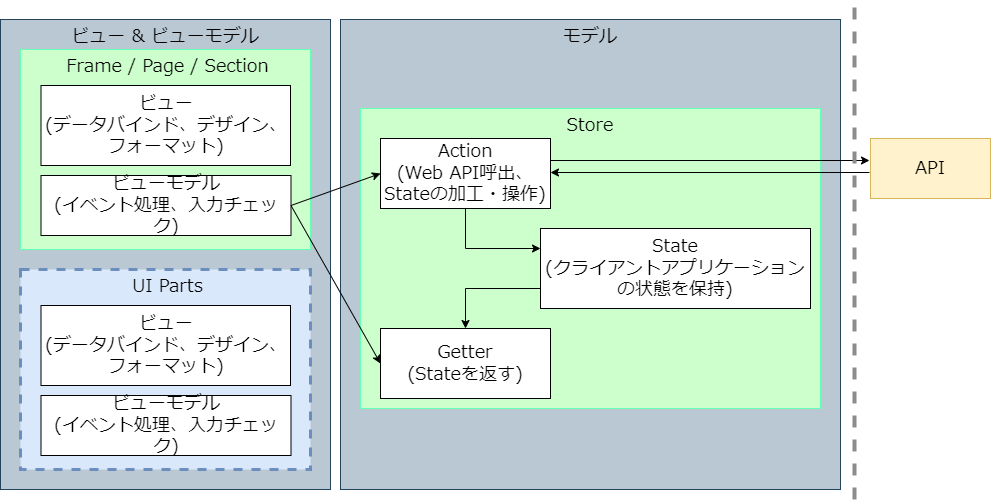
Above: documents/contents/images/app-architecture/client-side-rendering/mvvm-pattern.png in AlesInfiny/maris (draw.io), before the change. Source tidied: cells renumbered, new cells last; positions are measured from the earlier drawing's top-left corner, leaving out a move shared by most shapes. Source of this version:
```xml
<mxGraphModel>
  <root>
    <mxCell id="0" />
    <mxCell id="1" parent="0" />
    <mxCell id="2" value="ビュー &amp;amp; ビューモデル" style="rounded=0;whiteSpace=wrap;html=1;verticalAlign=top;fillColor=#bac8d3;strokeColor=#23445d;fontColor=#000000;fontSize=18;fontFamily=Noto Sans JP;fontSource=https%3A%2F%2Ffonts.googleapis.com%2Fcss%3Ffamily%3DNoto%2BSans%2BJP;" parent="1" vertex="1">
      <mxGeometry y="17" width="330" height="470" as="geometry" />
    </mxCell>
    <mxCell id="3" value="モデル" style="rounded=0;whiteSpace=wrap;html=1;verticalAlign=top;fillColor=#bac8d3;strokeColor=#23445d;fontColor=#000000;fontSize=18;fontFamily=Noto Sans JP;fontSource=https%3A%2F%2Ffonts.googleapis.com%2Fcss%3Ffamily%3DNoto%2BSans%2BJP;" parent="1" vertex="1">
      <mxGeometry x="340" y="17" width="500" height="470" as="geometry" />
    </mxCell>
    <mxCell id="4" value="Frame / Page / Section" style="rounded=0;whiteSpace=wrap;html=1;align=center;spacingLeft=5;fillColor=#CCFFCC;fontColor=#000000;strokeColor=#66FFB3;verticalAlign=top;fontSize=18;fontFamily=Noto Sans JP;fontSource=https%3A%2F%2Ffonts.googleapis.com%2Fcss%3Ffamily%3DNoto%2BSans%2BJP;" parent="1" vertex="1">
      <mxGeometry x="20" y="47" width="290" height="200" as="geometry" />
    </mxCell>
    <mxCell id="5" value="Store" style="rounded=0;whiteSpace=wrap;html=1;fontSize=18;verticalAlign=top;fillColor=#CCFFCC;strokeColor=#66FFB3;gradientColor=none;fontColor=#000000;fontFamily=Noto Sans JP;fontSource=https%3A%2F%2Ffonts.googleapis.com%2Fcss%3Ffamily%3DNoto%2BSans%2BJP;" parent="1" vertex="1">
      <mxGeometry x="360" y="106" width="460" height="300" as="geometry" />
    </mxCell>
    <mxCell id="6" value="ビュー&lt;br style=&quot;font-size: 18px&quot;&gt;(データバインド、デザイン、&lt;br&gt;フォーマット)" style="rounded=0;whiteSpace=wrap;html=1;fontSize=18;fontFamily=Noto Sans JP;fontSource=https%3A%2F%2Ffonts.googleapis.com%2Fcss%3Ffamily%3DNoto%2BSans%2BJP;" parent="1" vertex="1">
      <mxGeometry x="40.5" y="83" width="249.5" height="80" as="geometry" />
    </mxCell>
    <mxCell id="7" value="ビューモデル&lt;br style=&quot;font-size: 18px;&quot;&gt;(イベント処理、入力チェック)" style="rounded=0;whiteSpace=wrap;html=1;fontSize=18;fontFamily=Noto Sans JP;fontSource=https%3A%2F%2Ffonts.googleapis.com%2Fcss%3Ffamily%3DNoto%2BSans%2BJP;" parent="1" vertex="1">
      <mxGeometry x="40.5" y="173" width="250" height="60" as="geometry" />
    </mxCell>
    <mxCell id="8" value="Action&lt;br style=&quot;font-size: 18px;&quot;&gt;(Web API呼出、&lt;br style=&quot;font-size: 18px;&quot;&gt;Stateの加工・操作)" style="rounded=0;whiteSpace=wrap;html=1;fontSize=18;fontFamily=Noto Sans JP;fontSource=https%3A%2F%2Ffonts.googleapis.com%2Fcss%3Ffamily%3DNoto%2BSans%2BJP;" parent="1" vertex="1">
      <mxGeometry x="380" y="136" width="170" height="70" as="geometry" />
    </mxCell>
    <mxCell id="9" value="Getter&lt;br style=&quot;font-size: 18px;&quot;&gt;(Stateを返す)" style="rounded=0;whiteSpace=wrap;html=1;fontSize=18;fontFamily=Noto Sans JP;fontSource=https%3A%2F%2Ffonts.googleapis.com%2Fcss%3Ffamily%3DNoto%2BSans%2BJP;" parent="1" vertex="1">
      <mxGeometry x="380" y="326" width="170" height="70" as="geometry" />
    </mxCell>
    <mxCell id="10" value="State&lt;br style=&quot;font-size: 18px;&quot;&gt;(クライアントアプリケーションの状態を保持)" style="rounded=0;whiteSpace=wrap;html=1;fontSize=18;fontFamily=Noto Sans JP;fontSource=https%3A%2F%2Ffonts.googleapis.com%2Fcss%3Ffamily%3DNoto%2BSans%2BJP;" parent="1" vertex="1">
      <mxGeometry x="540" y="226" width="270" height="80" as="geometry" />
    </mxCell>
    <mxCell id="11" style="endArrow=classic;html=1;fontSize=18;exitX=1;exitY=0.5;exitDx=0;exitDy=0;entryX=0;entryY=0.5;entryDx=0;entryDy=0;fontFamily=Noto Sans JP;fontSource=https%3A%2F%2Ffonts.googleapis.com%2Fcss%3Ffamily%3DNoto%2BSans%2BJP;" parent="1" edge="1" source="7" target="8">
      <mxGeometry relative="1" as="geometry" />
    </mxCell>
    <mxCell id="12" style="endArrow=classic;html=1;fontSize=18;exitX=0.5;exitY=1;exitDx=0;exitDy=0;entryX=0;entryY=0.25;entryDx=0;entryDy=0;rounded=0;fontFamily=Noto Sans JP;fontSource=https%3A%2F%2Ffonts.googleapis.com%2Fcss%3Ffamily%3DNoto%2BSans%2BJP;" parent="1" edge="1" source="8" target="10">
      <mxGeometry relative="1" as="geometry">
        <Array as="points">
          <mxPoint x="465" y="246" />
        </Array>
      </mxGeometry>
    </mxCell>
    <mxCell id="13" style="endArrow=classic;html=1;fontSize=18;exitX=0;exitY=0.75;exitDx=0;exitDy=0;rounded=0;fontFamily=Noto Sans JP;fontSource=https%3A%2F%2Ffonts.googleapis.com%2Fcss%3Ffamily%3DNoto%2BSans%2BJP;" parent="1" edge="1" source="10" target="9">
      <mxGeometry relative="1" as="geometry">
        <Array as="points">
          <mxPoint x="465" y="286" />
        </Array>
      </mxGeometry>
    </mxCell>
    <mxCell id="14" style="endArrow=classic;html=1;fontSize=18;exitX=1;exitY=0.5;exitDx=0;exitDy=0;entryX=0;entryY=0.5;entryDx=0;entryDy=0;fontFamily=Noto Sans JP;fontSource=https%3A%2F%2Ffonts.googleapis.com%2Fcss%3Ffamily%3DNoto%2BSans%2BJP;" parent="1" edge="1" source="7" target="9">
      <mxGeometry relative="1" as="geometry" />
    </mxCell>
    <mxCell id="15" style="endArrow=classic;html=1;fontSize=18;exitX=1;exitY=0.25;exitDx=0;exitDy=0;fontFamily=Noto Sans JP;fontSource=https%3A%2F%2Ffonts.googleapis.com%2Fcss%3Ffamily%3DNoto%2BSans%2BJP;" parent="1" edge="1">
      <mxGeometry relative="1" as="geometry">
        <mxPoint x="550" y="158" as="sourcePoint" />
        <mxPoint x="869" y="158" as="targetPoint" />
      </mxGeometry>
    </mxCell>
    <mxCell id="16" style="endArrow=classic;html=1;fontSize=18;entryX=1;entryY=0.5;entryDx=0;entryDy=0;fontFamily=Noto Sans JP;fontSource=https%3A%2F%2Ffonts.googleapis.com%2Fcss%3Ffamily%3DNoto%2BSans%2BJP;" parent="1" edge="1">
      <mxGeometry relative="1" as="geometry">
        <mxPoint x="869" y="170" as="sourcePoint" />
        <mxPoint x="550" y="170" as="targetPoint" />
      </mxGeometry>
    </mxCell>
    <mxCell id="17" value="API" style="rounded=0;whiteSpace=wrap;html=1;fontSize=18;fillColor=#fff2cc;strokeColor=#d6b656;fontFamily=Noto Sans JP;fontSource=https%3A%2F%2Ffonts.googleapis.com%2Fcss%3Ffamily%3DNoto%2BSans%2BJP;" parent="1" vertex="1">
      <mxGeometry x="870" y="136" width="120" height="60" as="geometry" />
    </mxCell>
    <mxCell id="18" style="endArrow=none;dashed=1;html=1;rounded=0;fontSize=18;strokeWidth=4;strokeColor=#8C8C8C;fontFamily=Noto Sans JP;fontSource=https%3A%2F%2Ffonts.googleapis.com%2Fcss%3Ffamily%3DNoto%2BSans%2BJP;" parent="1" edge="1">
      <mxGeometry relative="1" as="geometry">
        <mxPoint x="854" y="497" as="sourcePoint" />
        <mxPoint x="854" as="targetPoint" />
      </mxGeometry>
    </mxCell>
    <mxCell id="19" value="UI Parts" style="rounded=0;whiteSpace=wrap;html=1;align=center;spacingLeft=5;fillColor=#dae8fc;strokeColor=#6c8ebf;verticalAlign=top;fontSize=18;dashed=1;strokeWidth=3;fontFamily=Noto Sans JP;fontSource=https%3A%2F%2Ffonts.googleapis.com%2Fcss%3Ffamily%3DNoto%2BSans%2BJP;" parent="1" vertex="1">
      <mxGeometry x="20" y="267" width="290" height="200" as="geometry" />
    </mxCell>
    <mxCell id="20" value="ビュー&lt;br style=&quot;font-size: 18px&quot;&gt;(データバインド、デザイン、&lt;br&gt;フォーマット)" style="rounded=0;whiteSpace=wrap;html=1;fontSize=18;fontFamily=Noto Sans JP;fontSource=https%3A%2F%2Ffonts.googleapis.com%2Fcss%3Ffamily%3DNoto%2BSans%2BJP;" parent="1" vertex="1">
      <mxGeometry x="40.5" y="303" width="249.5" height="80" as="geometry" />
    </mxCell>
    <mxCell id="21" value="ビューモデル&lt;br style=&quot;font-size: 18px;&quot;&gt;(イベント処理、入力チェック)" style="rounded=0;whiteSpace=wrap;html=1;fontSize=18;fontFamily=Noto Sans JP;fontSource=https%3A%2F%2Ffonts.googleapis.com%2Fcss%3Ffamily%3DNoto%2BSans%2BJP;" parent="1" vertex="1">
      <mxGeometry x="40.5" y="393" width="250" height="60" as="geometry" />
    </mxCell>
  </root>
</mxGraphModel>
```
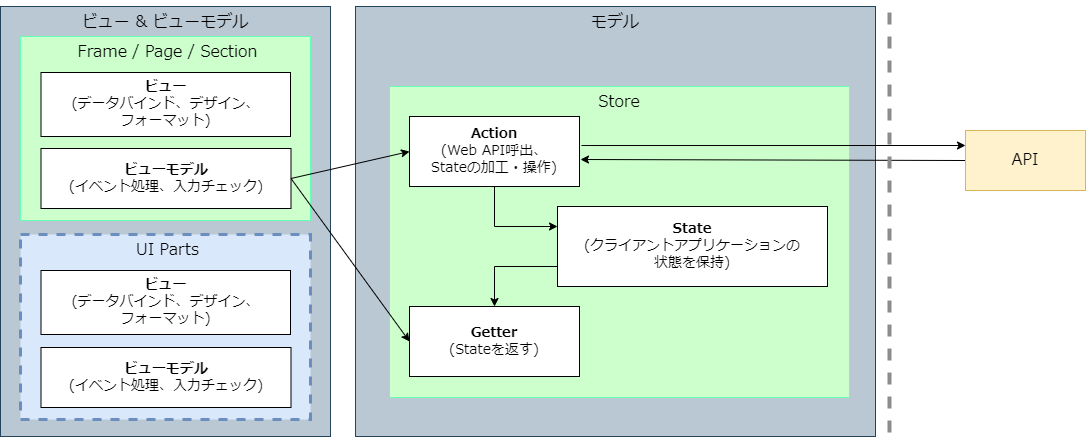
After the change.

Commit message:
mvvmアーキテクチャ図とpinia図を整形

Change to the diagram source:
```diff
@@ -2,82 +2,80 @@
   <root>
     <mxCell id="0" />
     <mxCell id="1" parent="0" />
-    <mxCell id="2" value="ビュー &amp;amp; ビューモデル" style="rounded=0;whiteSpace=wrap;html=1;verticalAlign=top;fillColor=#bac8d3;strokeColor=#23445d;fontColor=#000000;fontSize=18;fontFamily=Noto Sans JP;fontSource=https%3A%2F%2Ffonts.googleapis.com%2Fcss%3Ffamily%3DNoto%2BSans%2BJP;" parent="1" vertex="1">
-      <mxGeometry y="17" width="330" height="470" as="geometry" />
+    <mxCell id="2" value="ビュー &amp;amp; ビューモデル" style="rounded=0;whiteSpace=wrap;html=1;verticalAlign=top;fillColor=#bac8d3;strokeColor=#23445d;fontColor=#000000;fontSize=16;fontFamily=Noto Sans JP;fontSource=https%3A%2F%2Ffonts.googleapis.com%2Fcss%3Ffamily%3DNoto%2BSans%2BJP;" parent="1" vertex="1">
+      <mxGeometry x="-35" y="17" width="330" height="430" as="geometry" />
     </mxCell>
-    <mxCell id="3" value="モデル" style="rounded=0;whiteSpace=wrap;html=1;verticalAlign=top;fillColor=#bac8d3;strokeColor=#23445d;fontColor=#000000;fontSize=18;fontFamily=Noto Sans JP;fontSource=https%3A%2F%2Ffonts.googleapis.com%2Fcss%3Ffamily%3DNoto%2BSans%2BJP;" parent="1" vertex="1">
-      <mxGeometry x="340" y="17" width="500" height="470" as="geometry" />
+    <mxCell id="3" value="モデル" style="rounded=0;whiteSpace=wrap;html=1;verticalAlign=top;fillColor=#bac8d3;strokeColor=#23445d;fontColor=#000000;fontSize=16;fontFamily=Noto Sans JP;fontSource=https%3A%2F%2Ffonts.googleapis.com%2Fcss%3Ffamily%3DNoto%2BSans%2BJP;" parent="1" vertex="1">
+      <mxGeometry x="320" y="17" width="520" height="430" as="geometry" />
     </mxCell>
-    <mxCell id="4" value="Frame / Page / Section" style="rounded=0;whiteSpace=wrap;html=1;align=center;spacingLeft=5;fillColor=#CCFFCC;fontColor=#000000;strokeColor=#66FFB3;verticalAlign=top;fontSize=18;fontFamily=Noto Sans JP;fontSource=https%3A%2F%2Ffonts.googleapis.com%2Fcss%3Ffamily%3DNoto%2BSans%2BJP;" parent="1" vertex="1">
-      <mxGeometry x="20" y="47" width="290" height="200" as="geometry" />
+    <mxCell id="4" value="Frame / Page / Section" style="rounded=0;whiteSpace=wrap;html=1;align=center;spacingLeft=5;fillColor=#CCFFCC;fontColor=#000000;strokeColor=#66FFB3;verticalAlign=top;fontSize=16;fontFamily=Noto Sans JP;fontSource=https%3A%2F%2Ffonts.googleapis.com%2Fcss%3Ffamily%3DNoto%2BSans%2BJP;" parent="1" vertex="1">
+      <mxGeometry x="-15" y="47" width="290" height="184" as="geometry" />
     </mxCell>
-    <mxCell id="5" value="Store" style="rounded=0;whiteSpace=wrap;html=1;fontSize=18;verticalAlign=top;fillColor=#CCFFCC;strokeColor=#66FFB3;gradientColor=none;fontColor=#000000;fontFamily=Noto Sans JP;fontSource=https%3A%2F%2Ffonts.googleapis.com%2Fcss%3Ffamily%3DNoto%2BSans%2BJP;" parent="1" vertex="1">
-      <mxGeometry x="360" y="106" width="460" height="300" as="geometry" />
+    <mxCell id="5" value="Store" style="rounded=0;whiteSpace=wrap;html=1;fontSize=16;verticalAlign=top;fillColor=#CCFFCC;strokeColor=#66FFB3;gradientColor=none;fontColor=#000000;fontFamily=Noto Sans JP;fontSource=https%3A%2F%2Ffonts.googleapis.com%2Fcss%3Ffamily%3DNoto%2BSans%2BJP;" parent="1" vertex="1">
+      <mxGeometry x="354" y="97" width="460" height="311" as="geometry" />
     </mxCell>
-    <mxCell id="6" value="ビュー&lt;br style=&quot;font-size: 18px&quot;&gt;(データバインド、デザイン、&lt;br&gt;フォーマット)" style="rounded=0;whiteSpace=wrap;html=1;fontSize=18;fontFamily=Noto Sans JP;fontSource=https%3A%2F%2Ffonts.googleapis.com%2Fcss%3Ffamily%3DNoto%2BSans%2BJP;" parent="1" vertex="1">
-      <mxGeometry x="40.5" y="83" width="249.5" height="80" as="geometry" />
+    <mxCell id="6" value="&lt;b&gt;ビュー&lt;/b&gt;&lt;br style=&quot;font-size: 14px&quot;&gt;(データバインド、デザイン、&lt;br style=&quot;font-size: 14px&quot;&gt;フォーマット)" style="rounded=0;whiteSpace=wrap;html=1;fontSize=14;fontFamily=Noto Sans JP;fontSource=https%3A%2F%2Ffonts.googleapis.com%2Fcss%3Ffamily%3DNoto%2BSans%2BJP;" parent="1" vertex="1">
+      <mxGeometry x="5.5" y="83" width="249.5" height="64" as="geometry" />
     </mxCell>
-    <mxCell id="7" value="ビューモデル&lt;br style=&quot;font-size: 18px;&quot;&gt;(イベント処理、入力チェック)" style="rounded=0;whiteSpace=wrap;html=1;fontSize=18;fontFamily=Noto Sans JP;fontSource=https%3A%2F%2Ffonts.googleapis.com%2Fcss%3Ffamily%3DNoto%2BSans%2BJP;" parent="1" vertex="1">
-      <mxGeometry x="40.5" y="173" width="250" height="60" as="geometry" />
+    <mxCell id="7" value="&lt;b&gt;ビューモデル&lt;/b&gt;&lt;br style=&quot;font-size: 14px&quot;&gt;(イベント処理、入力チェック)" style="rounded=0;whiteSpace=wrap;html=1;fontSize=14;fontFamily=Noto Sans JP;fontSource=https%3A%2F%2Ffonts.googleapis.com%2Fcss%3Ffamily%3DNoto%2BSans%2BJP;" parent="1" vertex="1">
+      <mxGeometry x="5.5" y="159" width="250" height="60" as="geometry" />
     </mxCell>
-    <mxCell id="8" value="Action&lt;br style=&quot;font-size: 18px;&quot;&gt;(Web API呼出、&lt;br style=&quot;font-size: 18px;&quot;&gt;Stateの加工・操作)" style="rounded=0;whiteSpace=wrap;html=1;fontSize=18;fontFamily=Noto Sans JP;fontSource=https%3A%2F%2Ffonts.googleapis.com%2Fcss%3Ffamily%3DNoto%2BSans%2BJP;" parent="1" vertex="1">
-      <mxGeometry x="380" y="136" width="170" height="70" as="geometry" />
+    <mxCell id="8" value="&lt;b&gt;Action&lt;/b&gt;&lt;br style=&quot;font-size: 14px&quot;&gt;(Web API呼出、&lt;br style=&quot;font-size: 14px&quot;&gt;Stateの加工・操作)" style="rounded=0;whiteSpace=wrap;html=1;fontSize=14;fontFamily=Noto Sans JP;fontSource=https%3A%2F%2Ffonts.googleapis.com%2Fcss%3Ffamily%3DNoto%2BSans%2BJP;" parent="1" vertex="1">
+      <mxGeometry x="374" y="127" width="170" height="70" as="geometry" />
     </mxCell>
-    <mxCell id="9" value="Getter&lt;br style=&quot;font-size: 18px;&quot;&gt;(Stateを返す)" style="rounded=0;whiteSpace=wrap;html=1;fontSize=18;fontFamily=Noto Sans JP;fontSource=https%3A%2F%2Ffonts.googleapis.com%2Fcss%3Ffamily%3DNoto%2BSans%2BJP;" parent="1" vertex="1">
-      <mxGeometry x="380" y="326" width="170" height="70" as="geometry" />
+    <mxCell id="9" value="&lt;b&gt;Getter&lt;/b&gt;&lt;br style=&quot;font-size: 14px&quot;&gt;(Stateを返す)" style="rounded=0;whiteSpace=wrap;html=1;fontSize=14;fontFamily=Noto Sans JP;fontSource=https%3A%2F%2Ffonts.googleapis.com%2Fcss%3Ffamily%3DNoto%2BSans%2BJP;" parent="1" vertex="1">
+      <mxGeometry x="374" y="317" width="170" height="70" as="geometry" />
     </mxCell>
-    <mxCell id="10" value="State&lt;br style=&quot;font-size: 18px;&quot;&gt;(クライアントアプリケーションの状態を保持)" style="rounded=0;whiteSpace=wrap;html=1;fontSize=18;fontFamily=Noto Sans JP;fontSource=https%3A%2F%2Ffonts.googleapis.com%2Fcss%3Ffamily%3DNoto%2BSans%2BJP;" parent="1" vertex="1">
-      <mxGeometry x="540" y="226" width="270" height="80" as="geometry" />
+    <mxCell id="10" value="&lt;b&gt;State&lt;/b&gt;&lt;br style=&quot;font-size: 14px&quot;&gt;(クライアントアプリケーションの&lt;br&gt;状態を保持)" style="rounded=0;whiteSpace=wrap;html=1;fontSize=14;fontFamily=Noto Sans JP;fontSource=https%3A%2F%2Ffonts.googleapis.com%2Fcss%3Ffamily%3DNoto%2BSans%2BJP;" parent="1" vertex="1">
+      <mxGeometry x="522" y="217" width="270" height="80" as="geometry" />
     </mxCell>
-    <mxCell id="11" style="endArrow=classic;html=1;fontSize=18;exitX=1;exitY=0.5;exitDx=0;exitDy=0;entryX=0;entryY=0.5;entryDx=0;entryDy=0;fontFamily=Noto Sans JP;fontSource=https%3A%2F%2Ffonts.googleapis.com%2Fcss%3Ffamily%3DNoto%2BSans%2BJP;" parent="1" edge="1" source="7" target="8">
+    <mxCell id="11" style="endArrow=classic;html=1;fontSize=14;exitX=1;exitY=0.5;exitDx=0;exitDy=0;entryX=0;entryY=0.5;entryDx=0;entryDy=0;fontFamily=Noto Sans JP;fontSource=https%3A%2F%2Ffonts.googleapis.com%2Fcss%3Ffamily%3DNoto%2BSans%2BJP;" parent="1" edge="1" source="7" target="8">
       <mxGeometry relative="1" as="geometry" />
     </mxCell>
-    <mxCell id="12" style="endArrow=classic;html=1;fontSize=18;exitX=0.5;exitY=1;exitDx=0;exitDy=0;entryX=0;entryY=0.25;entryDx=0;entryDy=0;rounded=0;fontFamily=Noto Sans JP;fontSource=https%3A%2F%2Ffonts.googleapis.com%2Fcss%3Ffamily%3DNoto%2BSans%2BJP;" parent="1" edge="1" source="8" target="10">
+    <mxCell id="12" style="endArrow=classic;html=1;fontSize=14;exitX=0.5;exitY=1;exitDx=0;exitDy=0;entryX=0;entryY=0.25;entryDx=0;entryDy=0;rounded=0;fontFamily=Noto Sans JP;fontSource=https%3A%2F%2Ffonts.googleapis.com%2Fcss%3Ffamily%3DNoto%2BSans%2BJP;" parent="1" edge="1" source="8" target="10">
       <mxGeometry relative="1" as="geometry">
         <Array as="points">
-          <mxPoint x="465" y="246" />
+          <mxPoint x="459" y="237" />
         </Array>
       </mxGeometry>
     </mxCell>
-    <mxCell id="13" style="endArrow=classic;html=1;fontSize=18;exitX=0;exitY=0.75;exitDx=0;exitDy=0;rounded=0;fontFamily=Noto Sans JP;fontSource=https%3A%2F%2Ffonts.googleapis.com%2Fcss%3Ffamily%3DNoto%2BSans%2BJP;" parent="1" edge="1" source="10" target="9">
+    <mxCell id="13" style="endArrow=classic;html=1;fontSize=14;exitX=0;exitY=0.75;exitDx=0;exitDy=0;rounded=0;fontFamily=Noto Sans JP;fontSource=https%3A%2F%2Ffonts.googleapis.com%2Fcss%3Ffamily%3DNoto%2BSans%2BJP;" parent="1" edge="1" source="10" target="9">
       <mxGeometry relative="1" as="geometry">
         <Array as="points">
-          <mxPoint x="465" y="286" />
+          <mxPoint x="459" y="277" />
         </Array>
       </mxGeometry>
     </mxCell>
-    <mxCell id="14" style="endArrow=classic;html=1;fontSize=18;exitX=1;exitY=0.5;exitDx=0;exitDy=0;entryX=0;entryY=0.5;entryDx=0;entryDy=0;fontFamily=Noto Sans JP;fontSource=https%3A%2F%2Ffonts.googleapis.com%2Fcss%3Ffamily%3DNoto%2BSans%2BJP;" parent="1" edge="1" source="7" target="9">
+    <mxCell id="14" style="endArrow=classic;html=1;fontSize=14;exitX=1;exitY=0.5;exitDx=0;exitDy=0;entryX=0;entryY=0.5;entryDx=0;entryDy=0;fontFamily=Noto Sans JP;fontSource=https%3A%2F%2Ffonts.googleapis.com%2Fcss%3Ffamily%3DNoto%2BSans%2BJP;" parent="1" edge="1" source="7" target="9">
       <mxGeometry relative="1" as="geometry" />
     </mxCell>
-    <mxCell id="15" style="endArrow=classic;html=1;fontSize=18;exitX=1;exitY=0.25;exitDx=0;exitDy=0;fontFamily=Noto Sans JP;fontSource=https%3A%2F%2Ffonts.googleapis.com%2Fcss%3Ffamily%3DNoto%2BSans%2BJP;" parent="1" edge="1">
+    <mxCell id="15" style="endArrow=classic;html=1;fontSize=14;fontFamily=Noto Sans JP;fontSource=https%3A%2F%2Ffonts.googleapis.com%2Fcss%3Ffamily%3DNoto%2BSans%2BJP;entryX=0;entryY=0.25;entryDx=0;entryDy=0;" parent="1" edge="1" target="17">
       <mxGeometry relative="1" as="geometry">
-        <mxPoint x="550" y="158" as="sourcePoint" />
-        <mxPoint x="869" y="158" as="targetPoint" />
+        <mxPoint x="546" y="156" as="sourcePoint" />
       </mxGeometry>
     </mxCell>
-    <mxCell id="16" style="endArrow=classic;html=1;fontSize=18;entryX=1;entryY=0.5;entryDx=0;entryDy=0;fontFamily=Noto Sans JP;fontSource=https%3A%2F%2Ffonts.googleapis.com%2Fcss%3Ffamily%3DNoto%2BSans%2BJP;" parent="1" edge="1">
+    <mxCell id="16" style="endArrow=classic;html=1;fontSize=14;entryX=1;entryY=0.5;entryDx=0;entryDy=0;fontFamily=Noto Sans JP;fontSource=https%3A%2F%2Ffonts.googleapis.com%2Fcss%3Ffamily%3DNoto%2BSans%2BJP;exitX=0;exitY=0.5;exitDx=0;exitDy=0;" parent="1" edge="1" source="17">
       <mxGeometry relative="1" as="geometry">
-        <mxPoint x="869" y="170" as="sourcePoint" />
-        <mxPoint x="550" y="170" as="targetPoint" />
+        <mxPoint x="545" y="170" as="targetPoint" />
       </mxGeometry>
     </mxCell>
-    <mxCell id="17" value="API" style="rounded=0;whiteSpace=wrap;html=1;fontSize=18;fillColor=#fff2cc;strokeColor=#d6b656;fontFamily=Noto Sans JP;fontSource=https%3A%2F%2Ffonts.googleapis.com%2Fcss%3Ffamily%3DNoto%2BSans%2BJP;" parent="1" vertex="1">
-      <mxGeometry x="870" y="136" width="120" height="60" as="geometry" />
+    <mxCell id="17" value="API" style="rounded=0;whiteSpace=wrap;html=1;fontSize=16;fillColor=#fff2cc;strokeColor=#d6b656;fontFamily=Noto Sans JP;fontSource=https%3A%2F%2Ffonts.googleapis.com%2Fcss%3Ffamily%3DNoto%2BSans%2BJP;" parent="1" vertex="1">
+      <mxGeometry x="930" y="141" width="120" height="60" as="geometry" />
     </mxCell>
-    <mxCell id="18" style="endArrow=none;dashed=1;html=1;rounded=0;fontSize=18;strokeWidth=4;strokeColor=#8C8C8C;fontFamily=Noto Sans JP;fontSource=https%3A%2F%2Ffonts.googleapis.com%2Fcss%3Ffamily%3DNoto%2BSans%2BJP;" parent="1" edge="1">
+    <mxCell id="18" style="endArrow=none;dashed=1;html=1;rounded=0;fontSize=14;strokeWidth=4;strokeColor=#8C8C8C;fontFamily=Noto Sans JP;fontSource=https%3A%2F%2Ffonts.googleapis.com%2Fcss%3Ffamily%3DNoto%2BSans%2BJP;" parent="1" edge="1">
       <mxGeometry relative="1" as="geometry">
-        <mxPoint x="854" y="497" as="sourcePoint" />
-        <mxPoint x="854" as="targetPoint" />
+        <mxPoint x="854" y="443" as="sourcePoint" />
+        <mxPoint x="854" y="13" as="targetPoint" />
       </mxGeometry>
     </mxCell>
-    <mxCell id="19" value="UI Parts" style="rounded=0;whiteSpace=wrap;html=1;align=center;spacingLeft=5;fillColor=#dae8fc;strokeColor=#6c8ebf;verticalAlign=top;fontSize=18;dashed=1;strokeWidth=3;fontFamily=Noto Sans JP;fontSource=https%3A%2F%2Ffonts.googleapis.com%2Fcss%3Ffamily%3DNoto%2BSans%2BJP;" parent="1" vertex="1">
-      <mxGeometry x="20" y="267" width="290" height="200" as="geometry" />
+    <mxCell id="19" value="UI Parts" style="rounded=0;whiteSpace=wrap;html=1;align=center;spacingLeft=5;fillColor=#dae8fc;strokeColor=#6c8ebf;verticalAlign=top;fontSize=16;dashed=1;strokeWidth=3;fontFamily=Noto Sans JP;fontSource=https%3A%2F%2Ffonts.googleapis.com%2Fcss%3Ffamily%3DNoto%2BSans%2BJP;" parent="1" vertex="1">
+      <mxGeometry x="-15" y="245" width="290" height="185" as="geometry" />
     </mxCell>
-    <mxCell id="20" value="ビュー&lt;br style=&quot;font-size: 18px&quot;&gt;(データバインド、デザイン、&lt;br&gt;フォーマット)" style="rounded=0;whiteSpace=wrap;html=1;fontSize=18;fontFamily=Noto Sans JP;fontSource=https%3A%2F%2Ffonts.googleapis.com%2Fcss%3Ffamily%3DNoto%2BSans%2BJP;" parent="1" vertex="1">
-      <mxGeometry x="40.5" y="303" width="249.5" height="80" as="geometry" />
+    <mxCell id="20" value="&lt;b&gt;ビュー&lt;/b&gt;&lt;br style=&quot;font-size: 14px&quot;&gt;(データバインド、デザイン、&lt;br style=&quot;font-size: 14px&quot;&gt;フォーマット)" style="rounded=0;whiteSpace=wrap;html=1;fontSize=14;fontFamily=Noto Sans JP;fontSource=https%3A%2F%2Ffonts.googleapis.com%2Fcss%3Ffamily%3DNoto%2BSans%2BJP;" parent="1" vertex="1">
+      <mxGeometry x="5.5" y="281" width="249.5" height="64" as="geometry" />
     </mxCell>
-    <mxCell id="21" value="ビューモデル&lt;br style=&quot;font-size: 18px;&quot;&gt;(イベント処理、入力チェック)" style="rounded=0;whiteSpace=wrap;html=1;fontSize=18;fontFamily=Noto Sans JP;fontSource=https%3A%2F%2Ffonts.googleapis.com%2Fcss%3Ffamily%3DNoto%2BSans%2BJP;" parent="1" vertex="1">
-      <mxGeometry x="40.5" y="393" width="250" height="60" as="geometry" />
+    <mxCell id="21" value="&lt;b&gt;ビューモデル&lt;/b&gt;&lt;br style=&quot;font-size: 14px&quot;&gt;(イベント処理、入力チェック)" style="rounded=0;whiteSpace=wrap;html=1;fontSize=14;fontFamily=Noto Sans JP;fontSource=https%3A%2F%2Ffonts.googleapis.com%2Fcss%3Ffamily%3DNoto%2BSans%2BJP;" parent="1" vertex="1">
+      <mxGeometry x="5.5" y="358" width="250" height="60" as="geometry" />
     </mxCell>
   </root>
 </mxGraphModel>
```
